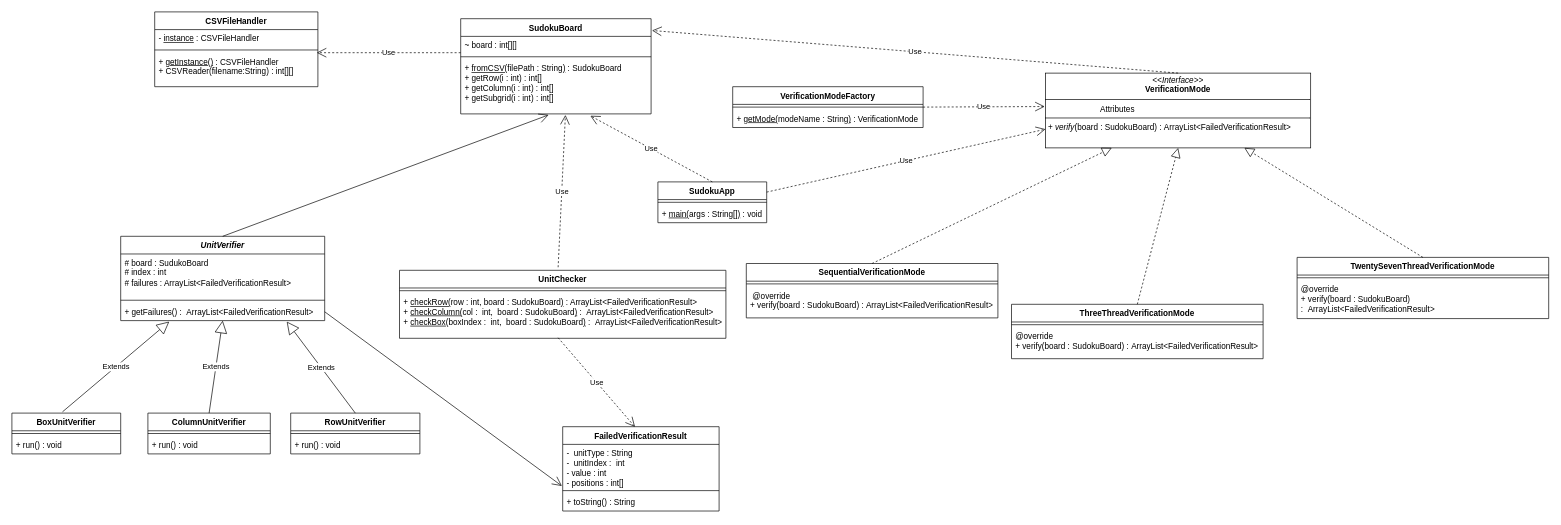
mohandLOL1/sudoku-threaded-verifier keeps this draw.io diagram as UML/Class diagram for sudoku.drawio. Above is the earlier version. Source tidied: cells renumbered, new cells numbered last; positions are measured from the earlier drawing's top-left corner, leaving out a move shared by most shapes. Both pictures are drawn from the tidied source at 68%, with x=0, y=0 at pixel (12, 12).
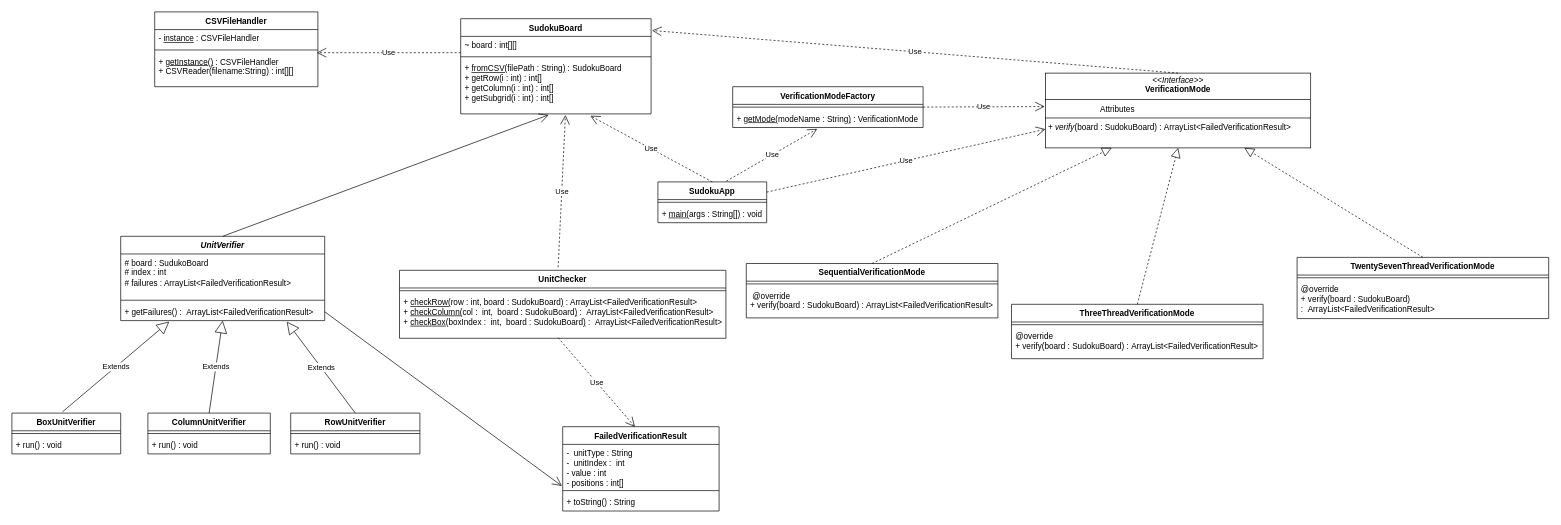
The same page after the edit.

Commit message:
Class diagram

The change refers to these unchanged cells:
```xml
<mxCell id="13" value="+ &lt;u&gt;getMode(&lt;/u&gt;modeName : String&lt;u&gt;)&lt;/u&gt;&amp;nbsp;: VerificationMode" style="text;strokeColor=none;fillColor=none;align=left;verticalAlign=top;spacingLeft=4;spacingRight=4;overflow=hidden;points=[[0,0.5],[1,0.5]];portConstraint=eastwest;whiteSpace=wrap;html=1;" parent="11" vertex="1">
  <mxGeometry y="34" width="280" height="26" as="geometry" />
</mxCell>
<mxCell id="43" value="SudokuApp" style="swimlane;fontStyle=1;align=center;verticalAlign=top;horizontal=1;startSize=26;whiteSpace=wrap;html=1;" parent="1" vertex="1">
  <mxGeometry x="950" y="250" width="160" height="60" as="geometry" />
</mxCell>
```

What changed in the source:
```diff
@@
+    <mxCell id="61" value="Use" style="endArrow=open;endSize=12;dashed=1;html=1;rounded=0;exitX=0.63;exitY=-0.02;exitDx=0;exitDy=0;exitPerimeter=0;entryX=0.444;entryY=1.077;entryDx=0;entryDy=0;entryPerimeter=0;" parent="1" edge="1" source="43" target="13">
+      <mxGeometry relative="1" as="geometry" />
+    </mxCell>
```
